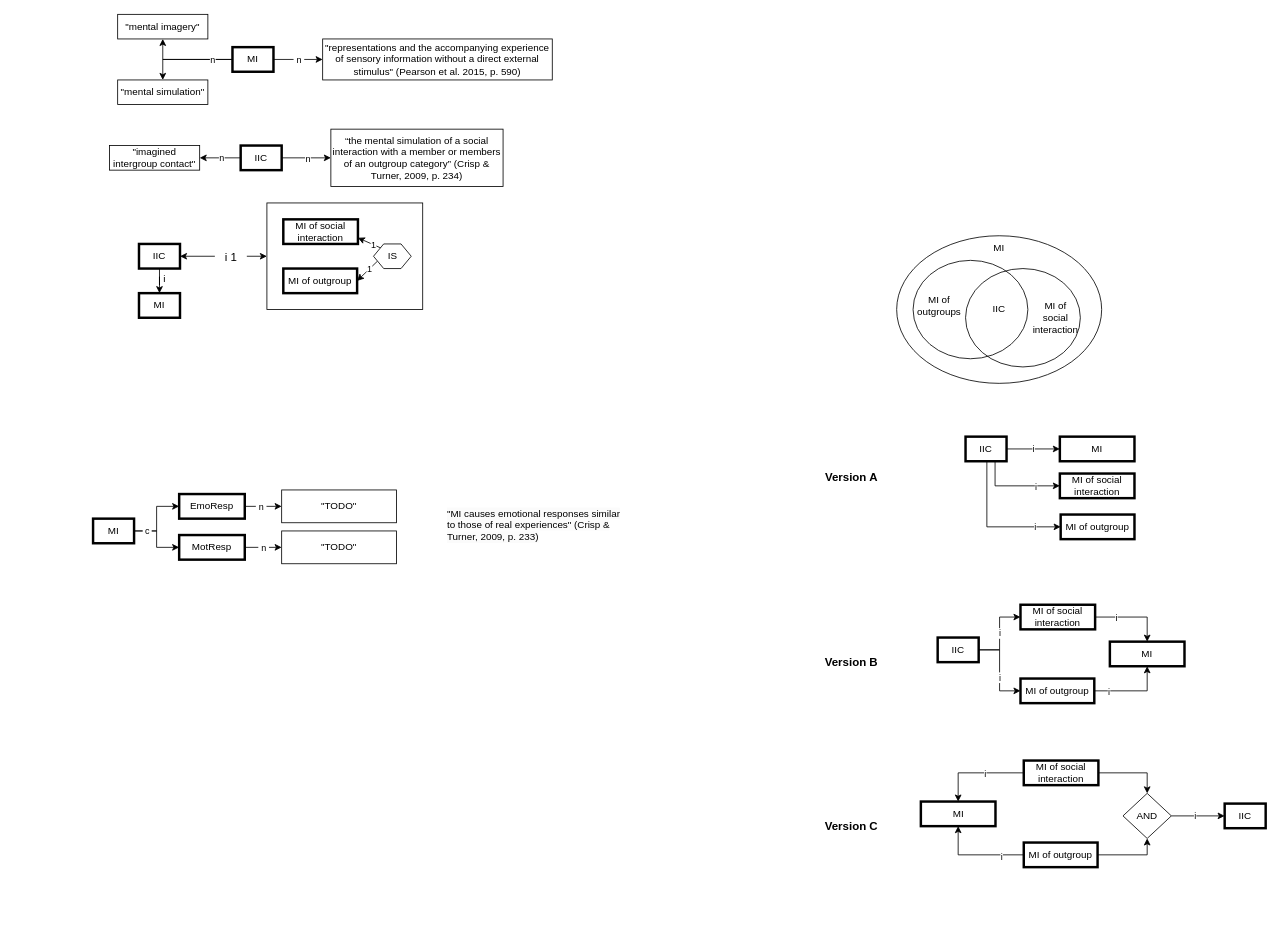
Before: VAST/ICH-VAST.drawio in alpkaanaksu/imagined-contact-hypothesis, a draw.io diagram. Source tidied: cells renumbered, new cells numbered last; positions are measured from the earlier drawing's top-left corner, leaving out a move shared by most shapes. Both pictures are drawn from the tidied source at 82%, with x=0, y=0 at pixel (93, 14).
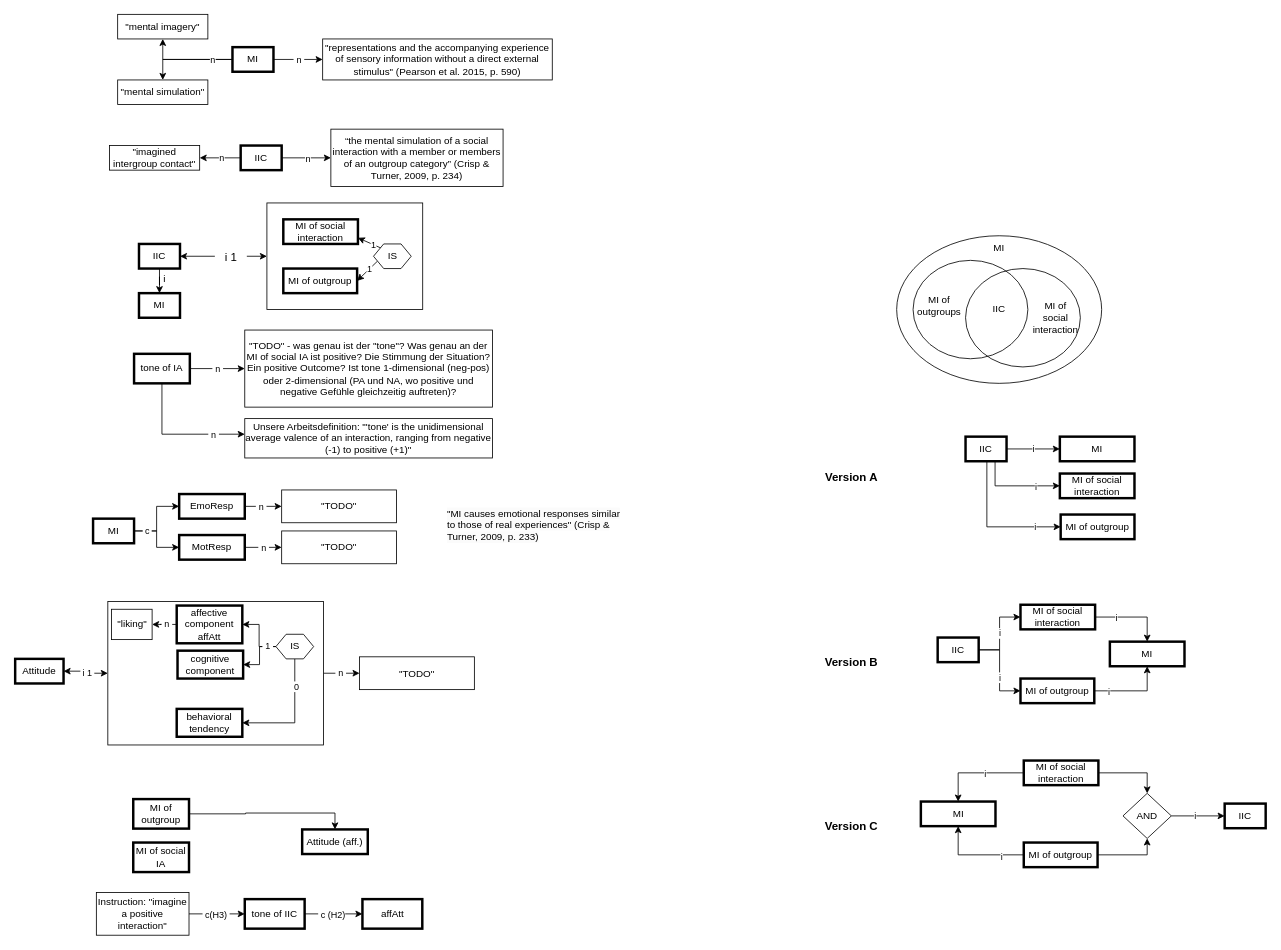
After the change.

Diff of the diagram source:
```diff
@@
+    <mxCell id="89" style="edgeStyle=orthogonalEdgeStyle;rounded=0;jettySize=auto;html=1;startArrow=classic;startFill=1;" parent="1" edge="1" source="93" target="124">
+      <mxGeometry relative="1" as="geometry" />
+    </mxCell>
+    <mxCell id="90" value="&amp;nbsp;i 1&amp;nbsp;" style="edgeLabel;html=1;align=center;verticalAlign=middle;" parent="89" vertex="1">
+      <mxGeometry y="-1" relative="1" as="geometry" />
+    </mxCell>
+    <mxCell id="91" style="edgeStyle=orthogonalEdgeStyle;rounded=0;jettySize=auto;html=1;" parent="1" edge="1" source="93" target="115">
+      <mxGeometry relative="1" as="geometry" />
+    </mxCell>
+    <mxCell id="92" value="&amp;nbsp;n&amp;nbsp;" style="edgeLabel;html=1;align=center;verticalAlign=middle;" parent="91" vertex="1">
+      <mxGeometry x="-0.08" y="1" relative="1" as="geometry" />
+    </mxCell>
+    <mxCell id="93" style="rounded=0;whiteSpace=wrap;html=1;" parent="1" vertex="1">
+      <mxGeometry x="18" y="716" width="263" height="175" as="geometry" />
+    </mxCell>
@@
+    <mxCell id="94" style="edgeStyle=orthogonalEdgeStyle;rounded=0;jettySize=auto;html=1;" parent="1" edge="1" source="95" target="96">
+      <mxGeometry relative="1" as="geometry" />
+    </mxCell>
+    <mxCell id="95" value="MI of outgroup" style="rounded=0;whiteSpace=wrap;html=1;strokeWidth=3;" parent="1" vertex="1">
+      <mxGeometry x="49" y="957" width="68" height="36" as="geometry" />
+    </mxCell>
+    <mxCell id="96" value="Attitude (aff.)" style="rounded=0;whiteSpace=wrap;html=1;strokeWidth=3;" parent="1" vertex="1">
+      <mxGeometry x="255" y="994" width="80" height="30" as="geometry" />
+    </mxCell>
+    <mxCell id="97" value="MI of social IA" style="rounded=0;whiteSpace=wrap;html=1;strokeWidth=3;" parent="1" vertex="1">
+      <mxGeometry x="49" y="1010" width="68" height="36" as="geometry" />
+    </mxCell>
+    <mxCell id="98" style="edgeStyle=orthogonalEdgeStyle;rounded=0;jettySize=auto;html=1;" parent="1" edge="1" source="100" target="111">
+      <mxGeometry relative="1" as="geometry" />
+    </mxCell>
+    <mxCell id="99" value="&amp;nbsp;c (H2)" style="edgeLabel;html=1;align=center;verticalAlign=middle;" parent="98" vertex="1">
+      <mxGeometry x="0.01" relative="1" as="geometry">
+        <mxPoint x="-4" as="offset" />
+      </mxGeometry>
+    </mxCell>
+    <mxCell id="100" value="tone of IIC" style="rounded=0;whiteSpace=wrap;html=1;strokeWidth=3;" parent="1" vertex="1">
+      <mxGeometry x="185" y="1079" width="73" height="36" as="geometry" />
+    </mxCell>
+    <mxCell id="101" style="edgeStyle=orthogonalEdgeStyle;rounded=0;jettySize=auto;html=1;" parent="1" edge="1" source="105" target="106">
+      <mxGeometry relative="1" as="geometry" />
+    </mxCell>
+    <mxCell id="102" value="&amp;nbsp;n&amp;nbsp;" style="edgeLabel;html=1;align=center;verticalAlign=middle;" parent="101" vertex="1">
+      <mxGeometry x="-0.01" relative="1" as="geometry" />
+    </mxCell>
+    <mxCell id="103" style="edgeStyle=orthogonalEdgeStyle;rounded=0;jettySize=auto;html=1;" parent="1" edge="1" source="105" target="107">
+      <mxGeometry relative="1" as="geometry">
+        <Array as="points">
+          <mxPoint x="84" y="512" />
+        </Array>
+      </mxGeometry>
+    </mxCell>
+    <mxCell id="104" value="&amp;nbsp;n&amp;nbsp;" style="edgeLabel;html=1;align=center;verticalAlign=middle;" parent="103" vertex="1">
+      <mxGeometry x="0.52" relative="1" as="geometry" />
+    </mxCell>
+    <mxCell id="105" value="tone of IA" style="rounded=0;whiteSpace=wrap;html=1;strokeWidth=3;" parent="1" vertex="1">
+      <mxGeometry x="50" y="414" width="68" height="36" as="geometry" />
+    </mxCell>
+    <mxCell id="106" value="&quot;TODO&quot; - was genau ist der &quot;tone&quot;? Was genau an der MI of social IA ist positive? Die Stimmung der Situation? Ein positive Outcome? Ist tone 1-dimensional (neg-pos) oder 2-dimensional (PA und NA, wo positive und negative Gefühle gleichzeitig auftreten)?" style="rounded=0;whiteSpace=wrap;html=1;" parent="1" vertex="1">
+      <mxGeometry x="185" y="385" width="302" height="94" as="geometry" />
+    </mxCell>
+    <mxCell id="107" value="Unsere Arbeitsdefinition: &quot;'tone' is the unidimensional average valence of an interaction, ranging from negative (-1) to positive (+1)&quot;" style="rounded=0;whiteSpace=wrap;html=1;" parent="1" vertex="1">
+      <mxGeometry x="185" y="493" width="302" height="48" as="geometry" />
+    </mxCell>
+    <mxCell id="108" style="edgeStyle=orthogonalEdgeStyle;rounded=0;jettySize=auto;html=1;" parent="1" edge="1" source="110" target="100">
+      <mxGeometry relative="1" as="geometry" />
+    </mxCell>
+    <mxCell id="109" value="&amp;nbsp;c(H3)&amp;nbsp;" style="edgeLabel;html=1;align=center;verticalAlign=middle;" parent="108" vertex="1">
+      <mxGeometry x="0.03" y="1" relative="1" as="geometry">
+        <mxPoint x="-3" y="1" as="offset" />
+      </mxGeometry>
+    </mxCell>
+    <mxCell id="110" value="Instruction: &quot;imagine a positive interaction&quot;" style="rounded=0;whiteSpace=wrap;html=1;" parent="1" vertex="1">
+      <mxGeometry x="4" y="1071" width="113" height="52" as="geometry" />
+    </mxCell>
+    <mxCell id="111" value="affAtt" style="rounded=0;whiteSpace=wrap;html=1;strokeWidth=3;" parent="1" vertex="1">
+      <mxGeometry x="328.5" y="1079" width="73" height="36" as="geometry" />
+    </mxCell>
+    <mxCell id="112" style="edgeStyle=orthogonalEdgeStyle;rounded=0;jettySize=auto;html=1;" parent="1" edge="1" source="114" target="125">
+      <mxGeometry relative="1" as="geometry" />
+    </mxCell>
+    <mxCell id="113" value="&amp;nbsp;n&amp;nbsp;" style="edgeLabel;html=1;align=center;verticalAlign=middle;" parent="112" vertex="1">
+      <mxGeometry x="0.32" y="-1" relative="1" as="geometry" />
+    </mxCell>
+    <mxCell id="114" value="affective component affAtt" style="rounded=0;whiteSpace=wrap;html=1;strokeWidth=3;" parent="1" vertex="1">
+      <mxGeometry x="102" y="721" width="80" height="46" as="geometry" />
+    </mxCell>
+    <mxCell id="115" value="&quot;TODO&quot;" style="rounded=0;whiteSpace=wrap;html=1;" parent="1" vertex="1">
+      <mxGeometry x="325" y="783.5" width="140" height="40" as="geometry" />
+    </mxCell>
+    <mxCell id="116" value="cognitive component" style="rounded=0;whiteSpace=wrap;html=1;strokeWidth=3;" parent="1" vertex="1">
+      <mxGeometry x="103" y="776" width="80" height="34" as="geometry" />
+    </mxCell>
+    <mxCell id="117" value="behavioral tendency" style="rounded=0;whiteSpace=wrap;html=1;strokeWidth=3;" parent="1" vertex="1">
+      <mxGeometry x="102" y="847" width="80" height="34" as="geometry" />
+    </mxCell>
+    <mxCell id="118" style="edgeStyle=orthogonalEdgeStyle;rounded=0;jettySize=auto;html=1;" parent="1" edge="1" source="123" target="114">
+      <mxGeometry relative="1" as="geometry" />
+    </mxCell>
+    <mxCell id="119" style="edgeStyle=orthogonalEdgeStyle;rounded=0;jettySize=auto;html=1;" parent="1" edge="1" source="123" target="116">
+      <mxGeometry relative="1" as="geometry" />
+    </mxCell>
+    <mxCell id="120" value="&amp;nbsp;1&amp;nbsp;" style="edgeLabel;html=1;align=center;verticalAlign=middle;" parent="119" vertex="1">
+      <mxGeometry x="-0.64" y="-1" relative="1" as="geometry" />
+    </mxCell>
+    <mxCell id="121" style="edgeStyle=orthogonalEdgeStyle;rounded=0;jettySize=auto;html=1;entryX=1;entryY=0.5;entryDx=0;entryDy=0;exitX=0.5;exitY=1;exitDx=0;exitDy=0;" parent="1" edge="1" source="123" target="117">
+      <mxGeometry relative="1" as="geometry">
+        <Array as="points">
+          <mxPoint x="246" y="864" />
+        </Array>
+      </mxGeometry>
+    </mxCell>
+    <mxCell id="122" value="&amp;nbsp;0&amp;nbsp;" style="edgeLabel;html=1;align=center;verticalAlign=middle;" parent="121" vertex="1">
+      <mxGeometry x="-0.53" y="1" relative="1" as="geometry" />
+    </mxCell>
+    <mxCell id="123" value="IS" style="verticalLabelPosition=middle;verticalAlign=middle;html=1;shape=hexagon;perimeter=hexagonPerimeter2;arcSize=6;size=0.27;align=center;labelPosition=center;" parent="1" vertex="1">
+      <mxGeometry x="223" y="756" width="46" height="30" as="geometry" />
+    </mxCell>
+    <mxCell id="124" value="Attitude" style="rounded=0;whiteSpace=wrap;html=1;strokeWidth=3;" parent="1" vertex="1">
+      <mxGeometry x="-95" y="786" width="59" height="30" as="geometry" />
+    </mxCell>
+    <mxCell id="125" value="&quot;liking&quot;" style="rounded=0;whiteSpace=wrap;html=1;" parent="1" vertex="1">
+      <mxGeometry x="22.5" y="725.5" width="49.5" height="37" as="geometry" />
+    </mxCell>
```
